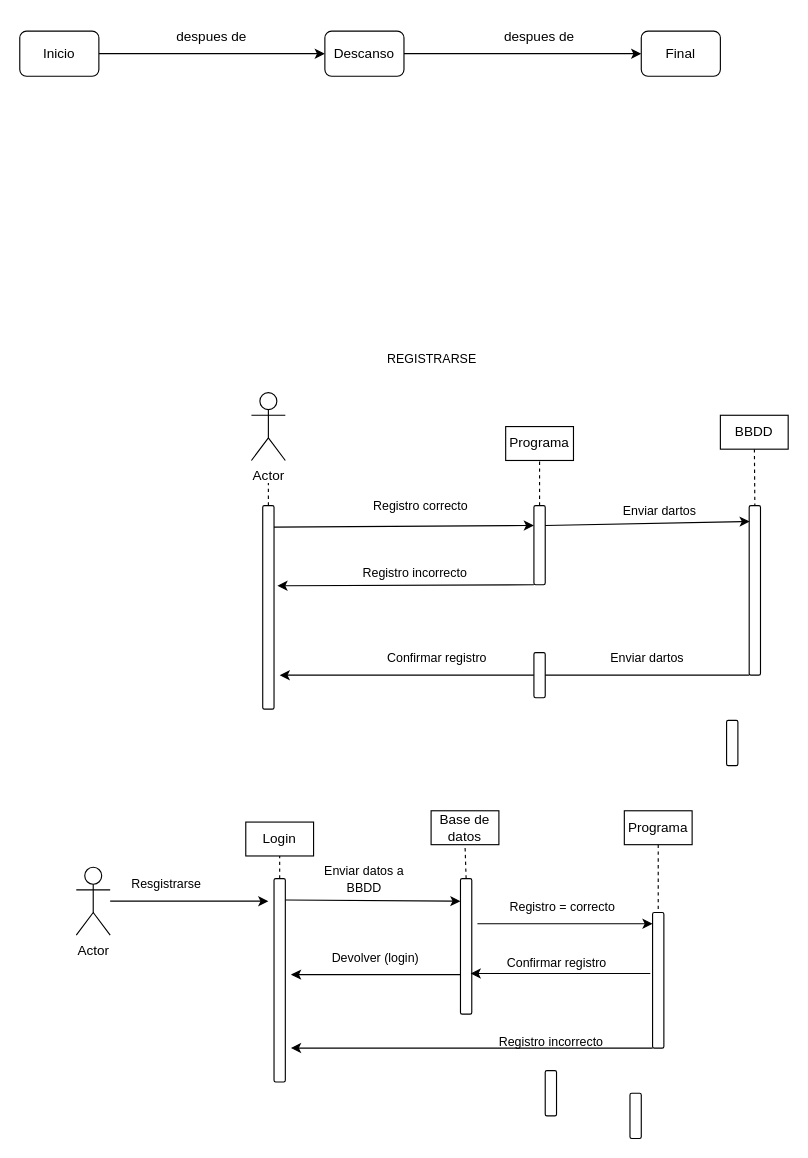
ManuLazaro/TrabajoProgramacion keeps this draw.io diagram as Documentacion/Diagrama de secuencia.drawio. Above is the earlier version. Source tidied: cells renumbered, new cells numbered last; positions are measured from the earlier drawing's top-left corner, leaving out a move shared by most shapes. Both pictures are drawn from the tidied source at 113%, with x=0, y=0 at pixel (19, 19).
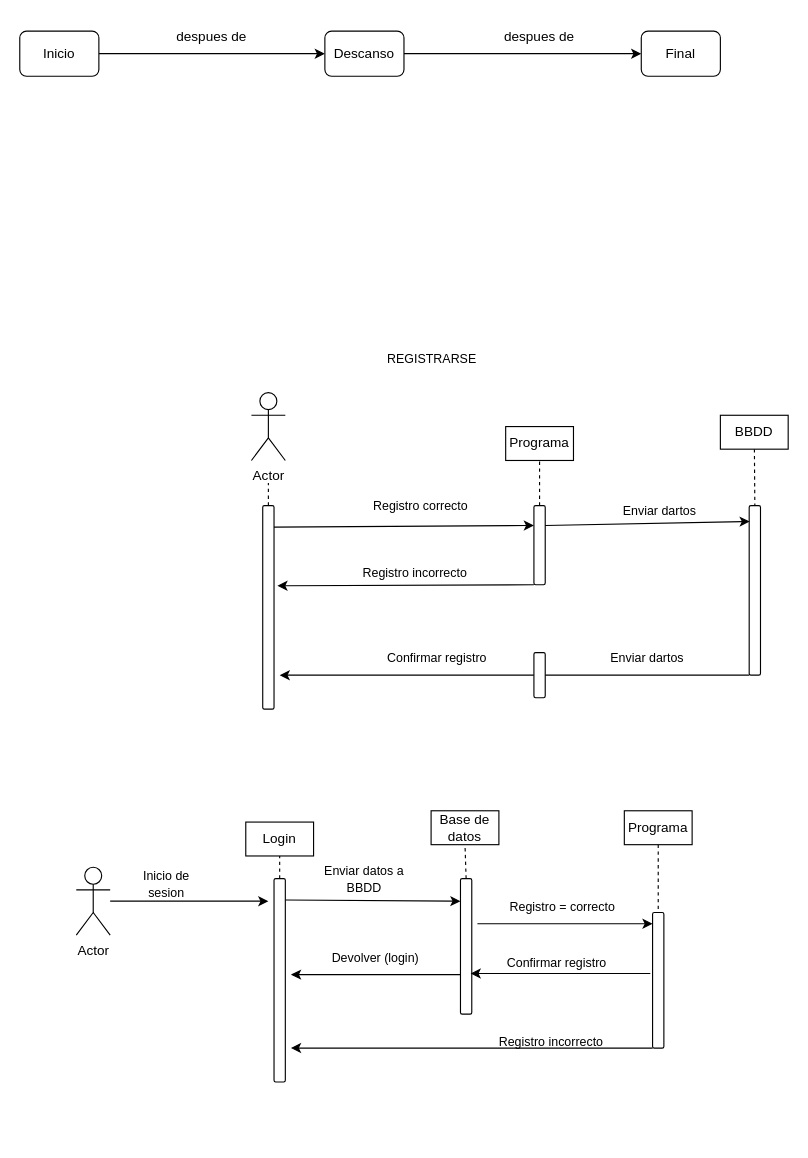
The same page after the edit.

Change to the diagram source:
```diff
@@
-    <mxCell id="14" style="rounded=1;whiteSpace=wrap;html=1;" parent="1" vertex="1">
-      <mxGeometry x="625.5" y="620" width="10" height="40" as="geometry" />
-    </mxCell>
@@
-    <mxCell id="36" style="rounded=1;whiteSpace=wrap;html=1;" parent="1" vertex="1">
-      <mxGeometry x="465" y="930" width="10" height="40" as="geometry" />
-    </mxCell>
-    <mxCell id="37" style="rounded=1;whiteSpace=wrap;html=1;" parent="1" vertex="1">
-      <mxGeometry x="540" y="950" width="10" height="40" as="geometry" />
-    </mxCell>
@@
-    <mxCell id="39" value="&lt;font style=&quot;font-size: 11px;&quot;&gt;Resgistrarse&lt;/font&gt;" style="text;html=1;strokeColor=none;fillColor=none;align=center;verticalAlign=middle;whiteSpace=wrap;rounded=0;" parent="1" vertex="1">
+    <mxCell id="39" value="&lt;font style=&quot;font-size: 11px;&quot;&gt;Inicio de sesion&lt;/font&gt;" style="text;html=1;strokeColor=none;fillColor=none;align=center;verticalAlign=middle;whiteSpace=wrap;rounded=0;" parent="1" vertex="1">
       <mxGeometry x="100" y="750" width="60" height="30" as="geometry" />
     </mxCell>
```
